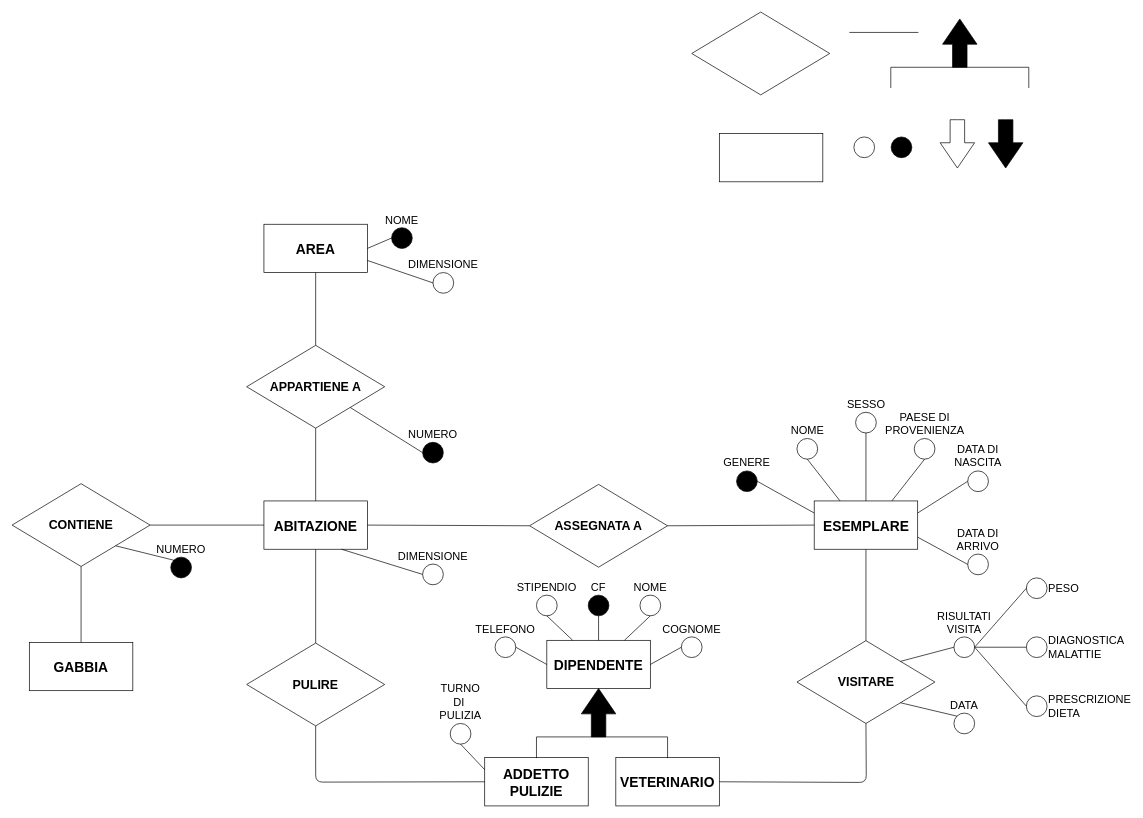
Earlier version of the draw.io diagram 03_ER_Schema_v1.drawio (DanielePassabi/Progetto-Laboratorio-BSD). Source tidied: cells renumbered, new cells numbered last; positions are measured from the earlier drawing's top-left corner, leaving out a move shared by most shapes. Both pictures are drawn from the tidied source at 69%, with x=0, y=0 at pixel (12, 12).
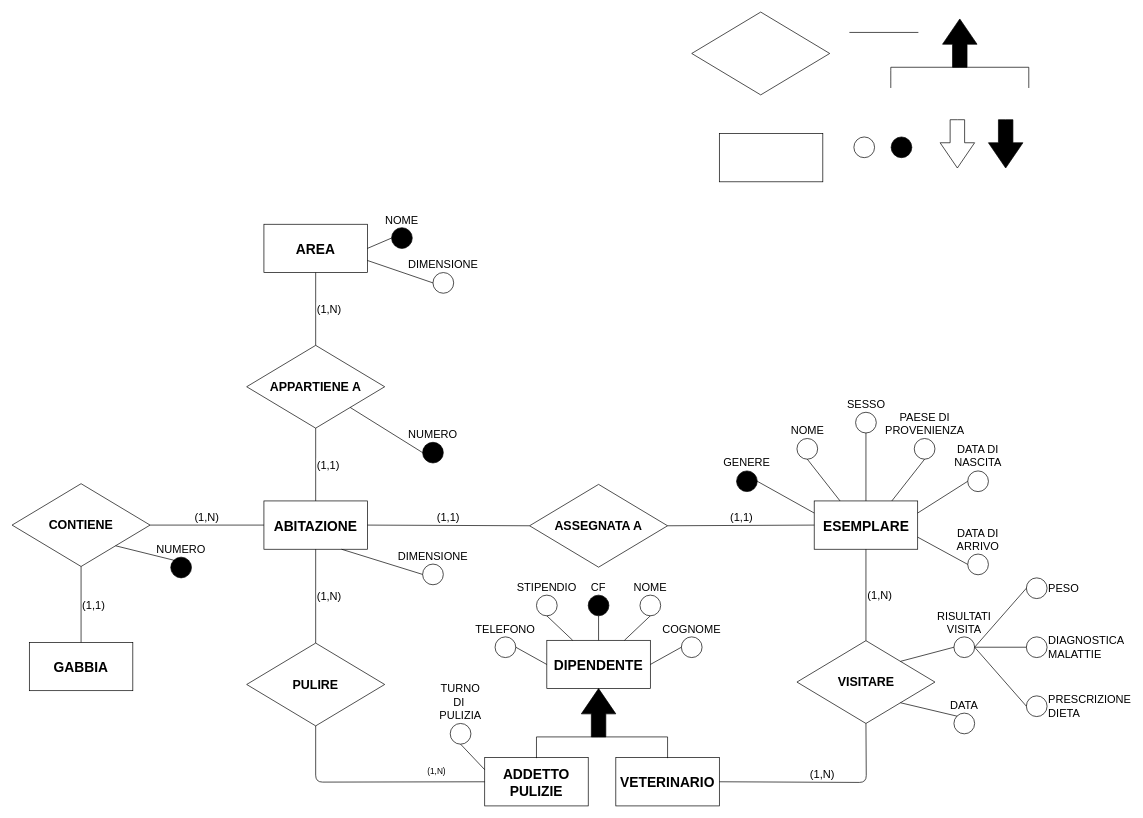
The same page after the edit.

Unchanged cells that the change refers to:
```xml
<mxCell id="6" value="&lt;font size=&quot;1&quot;&gt;&lt;b style=&quot;font-size: 20px&quot;&gt;ESEMPLARE&lt;/b&gt;&lt;/font&gt;" style="rounded=0;whiteSpace=wrap;html=1;" parent="1" vertex="1">
  <mxGeometry x="1162.5" y="708.5" width="150" height="70" as="geometry" />
</mxCell>
<mxCell id="7" value="&lt;span style=&quot;font-size: 20px&quot;&gt;&lt;b&gt;AREA&lt;/b&gt;&lt;/span&gt;" style="rounded=0;whiteSpace=wrap;html=1;" parent="1" vertex="1">
  <mxGeometry x="365" y="307.5" width="150" height="70" as="geometry" />
</mxCell>
<mxCell id="8" value="&lt;span style=&quot;font-size: 20px&quot;&gt;&lt;b&gt;ABITAZIONE&lt;/b&gt;&lt;/span&gt;" style="rounded=0;whiteSpace=wrap;html=1;" parent="1" vertex="1">
  <mxGeometry x="365" y="708.5" width="150" height="70" as="geometry" />
</mxCell>
<mxCell id="9" value="&lt;font size=&quot;1&quot;&gt;&lt;b style=&quot;font-size: 20px&quot;&gt;GABBIA&lt;/b&gt;&lt;/font&gt;" style="rounded=0;whiteSpace=wrap;html=1;" parent="1" vertex="1">
  <mxGeometry x="25" y="913.5" width="150" height="70" as="geometry" />
</mxCell>
<mxCell id="12" value="&lt;span style=&quot;font-size: 20px&quot;&gt;&lt;b&gt;VETERINARIO&lt;/b&gt;&lt;/span&gt;" style="rounded=0;whiteSpace=wrap;html=1;" parent="1" vertex="1">
  <mxGeometry x="875" y="1080.5" width="150" height="70" as="geometry" />
</mxCell>
<mxCell id="14" value="&lt;span style=&quot;font-size: 18px&quot;&gt;&lt;b&gt;ASSEGNATA A&lt;/b&gt;&lt;/span&gt;" style="rhombus;whiteSpace=wrap;html=1;" parent="1" vertex="1">
  <mxGeometry x="750" y="684.5" width="200" height="120" as="geometry" />
</mxCell>
<mxCell id="15" value="&lt;font size=&quot;1&quot;&gt;&lt;b style=&quot;font-size: 18px&quot;&gt;PULIRE&lt;/b&gt;&lt;/font&gt;" style="rhombus;whiteSpace=wrap;html=1;" parent="1" vertex="1">
  <mxGeometry x="340" y="914.5" width="200" height="120" as="geometry" />
</mxCell>
<mxCell id="16" value="&lt;span style=&quot;font-size: 18px&quot;&gt;&lt;b&gt;VISITARE&lt;/b&gt;&lt;/span&gt;" style="rhombus;whiteSpace=wrap;html=1;" parent="1" vertex="1">
  <mxGeometry x="1137.5" y="911" width="200" height="120" as="geometry" />
</mxCell>
<mxCell id="25" value="&lt;span style=&quot;font-size: 18px&quot;&gt;&lt;b&gt;CONTIENE&lt;/b&gt;&lt;/span&gt;" style="rhombus;whiteSpace=wrap;html=1;" parent="1" vertex="1">
  <mxGeometry y="683.5" width="200" height="120" as="geometry" />
</mxCell>
<mxCell id="32" value="&lt;span style=&quot;font-size: 18px&quot;&gt;&lt;b&gt;APPARTIENE A&lt;/b&gt;&lt;/span&gt;" style="rhombus;whiteSpace=wrap;html=1;" parent="1" vertex="1">
  <mxGeometry x="340" y="483" width="200" height="120" as="geometry" />
</mxCell>
```

Diff of the diagram source:
```diff
@@
-    <mxCell id="18" style="endArrow=none;html=1;exitX=0;exitY=0.5;exitDx=0;exitDy=0;entryX=1;entryY=0.5;entryDx=0;entryDy=0;" parent="1" edge="1" source="6" target="14">
+    <mxCell id="18" value="&lt;span style=&quot;font-size: 16px ; text-align: left&quot;&gt;(1,1)&lt;/span&gt;" style="endArrow=none;html=1;exitX=0;exitY=0.5;exitDx=0;exitDy=0;entryX=1;entryY=0.5;entryDx=0;entryDy=0;labelPosition=center;verticalLabelPosition=top;align=center;verticalAlign=bottom;" parent="1" edge="1" source="6" target="14">
       <mxGeometry relative="1" as="geometry" />
     </mxCell>
-    <mxCell id="19" style="endArrow=none;html=1;exitX=0;exitY=0.5;exitDx=0;exitDy=0;entryX=1;entryY=0.5;entryDx=0;entryDy=0;" parent="1" edge="1" source="14" target="8">
+    <mxCell id="19" value="&lt;span style=&quot;font-size: 16px ; text-align: left&quot;&gt;(1,1)&lt;/span&gt;" style="endArrow=none;html=1;exitX=0;exitY=0.5;exitDx=0;exitDy=0;entryX=1;entryY=0.5;entryDx=0;entryDy=0;labelPosition=center;verticalLabelPosition=top;align=center;verticalAlign=bottom;" parent="1" edge="1" source="14" target="8">
       <mxGeometry relative="1" as="geometry" />
     </mxCell>
@@
-    <mxCell id="26" style="endArrow=none;html=1;entryX=1;entryY=0.5;entryDx=0;entryDy=0;exitX=0;exitY=0.5;exitDx=0;exitDy=0;" parent="1" edge="1" source="8" target="25">
+    <mxCell id="26" value="&lt;span style=&quot;font-size: 16px ; text-align: left&quot;&gt;(1,N)&lt;/span&gt;" style="endArrow=none;html=1;entryX=1;entryY=0.5;entryDx=0;entryDy=0;exitX=0;exitY=0.5;exitDx=0;exitDy=0;labelPosition=center;verticalLabelPosition=top;align=center;verticalAlign=bottom;" parent="1" edge="1" source="8" target="25">
       <mxGeometry relative="1" as="geometry" />
     </mxCell>
-    <mxCell id="27" style="endArrow=none;html=1;entryX=0.5;entryY=0;entryDx=0;entryDy=0;exitX=0.5;exitY=1;exitDx=0;exitDy=0;" parent="1" edge="1" source="25" target="9">
+    <mxCell id="27" value="&lt;span style=&quot;font-size: 16px ; text-align: left&quot;&gt;(1,1)&lt;/span&gt;" style="endArrow=none;html=1;entryX=0.5;entryY=0;entryDx=0;entryDy=0;exitX=0.5;exitY=1;exitDx=0;exitDy=0;labelPosition=right;verticalLabelPosition=middle;align=left;verticalAlign=middle;" parent="1" edge="1" source="25" target="9">
       <mxGeometry relative="1" as="geometry" />
     </mxCell>
-    <mxCell id="28" style="endArrow=none;html=1;entryX=0.5;entryY=1;entryDx=0;entryDy=0;exitX=0.5;exitY=0;exitDx=0;exitDy=0;" parent="1" edge="1" source="15" target="8">
+    <mxCell id="28" value="&lt;span style=&quot;font-size: 16px ; text-align: left&quot;&gt;(1,N)&lt;/span&gt;" style="endArrow=none;html=1;entryX=0.5;entryY=1;entryDx=0;entryDy=0;exitX=0.5;exitY=0;exitDx=0;exitDy=0;labelPosition=right;verticalLabelPosition=middle;align=left;verticalAlign=middle;" parent="1" edge="1" source="15" target="8">
       <mxGeometry relative="1" as="geometry" />
     </mxCell>
@@
-    <mxCell id="30" style="endArrow=none;html=1;entryX=0.5;entryY=1;entryDx=0;entryDy=0;exitX=1;exitY=0.5;exitDx=0;exitDy=0;" parent="1" edge="1" source="12" target="16">
+    <mxCell id="30" value="&lt;span style=&quot;font-size: 16px ; text-align: left&quot;&gt;(1,N)&lt;/span&gt;" style="endArrow=none;html=1;entryX=0.5;entryY=1;entryDx=0;entryDy=0;exitX=1;exitY=0.5;exitDx=0;exitDy=0;labelPosition=center;verticalLabelPosition=top;align=center;verticalAlign=bottom;" parent="1" edge="1" source="12" target="16">
       <mxGeometry relative="1" as="geometry">
         <Array as="points">
           <mxPoint x="1238" y="1116.5" />
         </Array>
       </mxGeometry>
     </mxCell>
-    <mxCell id="31" style="endArrow=none;html=1;entryX=0.5;entryY=0;entryDx=0;entryDy=0;exitX=0.5;exitY=1;exitDx=0;exitDy=0;" parent="1" edge="1" source="6" target="16">
+    <mxCell id="31" value="&lt;span style=&quot;font-size: 16px ; text-align: left&quot;&gt;(1,N)&lt;/span&gt;" style="endArrow=none;html=1;entryX=0.5;entryY=0;entryDx=0;entryDy=0;exitX=0.5;exitY=1;exitDx=0;exitDy=0;labelPosition=right;verticalLabelPosition=middle;align=left;verticalAlign=middle;" parent="1" edge="1" source="6" target="16">
       <mxGeometry relative="1" as="geometry" />
     </mxCell>
@@
-    <mxCell id="33" style="endArrow=none;html=1;entryX=0.5;entryY=1;entryDx=0;entryDy=0;exitX=0.5;exitY=0;exitDx=0;exitDy=0;" parent="1" edge="1" source="32" target="7">
+    <mxCell id="33" value="&lt;span style=&quot;font-size: 16px ; text-align: left&quot;&gt;(1,N)&lt;/span&gt;" style="endArrow=none;html=1;entryX=0.5;entryY=1;entryDx=0;entryDy=0;exitX=0.5;exitY=0;exitDx=0;exitDy=0;labelPosition=right;verticalLabelPosition=middle;align=left;verticalAlign=middle;" parent="1" edge="1" source="32" target="7">
       <mxGeometry relative="1" as="geometry" />
     </mxCell>
-    <mxCell id="34" style="endArrow=none;html=1;entryX=0.5;entryY=1;entryDx=0;entryDy=0;exitX=0.5;exitY=0;exitDx=0;exitDy=0;" parent="1" edge="1" source="8" target="32">
+    <mxCell id="34" value="&lt;font style=&quot;font-size: 16px&quot;&gt;(1,1)&lt;/font&gt;" style="endArrow=none;html=1;entryX=0.5;entryY=1;entryDx=0;entryDy=0;exitX=0.5;exitY=0;exitDx=0;exitDy=0;align=left;labelPosition=right;verticalLabelPosition=middle;verticalAlign=middle;" parent="1" edge="1" source="8" target="32">
       <mxGeometry relative="1" as="geometry" />
     </mxCell>
@@
+    <mxCell id="81" value="(1,N)" style="text;html=1;labelPosition=center;verticalLabelPosition=top;align=center;verticalAlign=bottom;" parent="1" vertex="1">
+      <mxGeometry x="590" y="1110" width="50" height="30" as="geometry" />
+    </mxCell>
```
